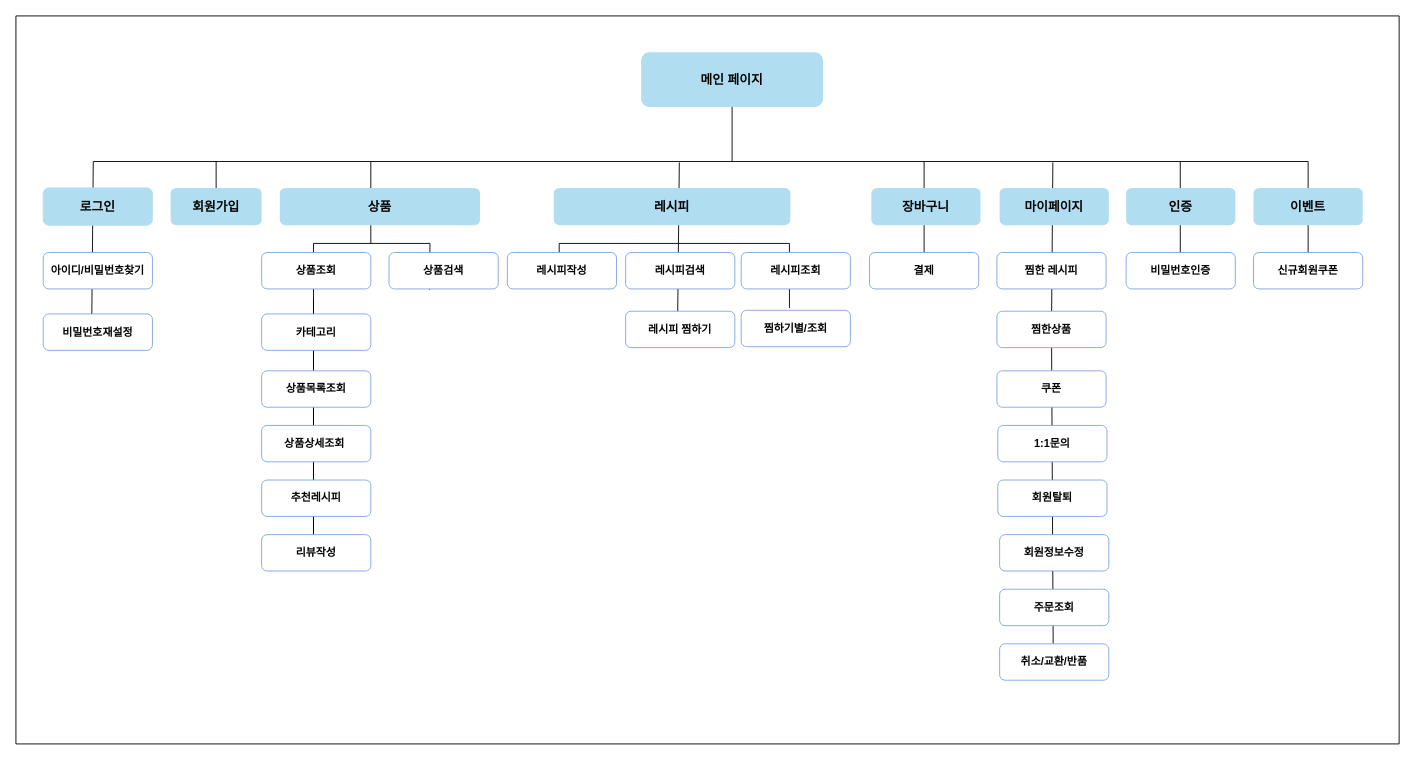
Earlier version of the draw.io diagram Flowchart.drawio (wjdwodhs/Flowchart). Source tidied: cells renumbered, new cells numbered last; positions are measured from the earlier drawing's top-left corner, leaving out a move shared by most shapes. Both pictures are drawn from the tidied source at 91%, with x=0, y=0 at pixel (15, 15).
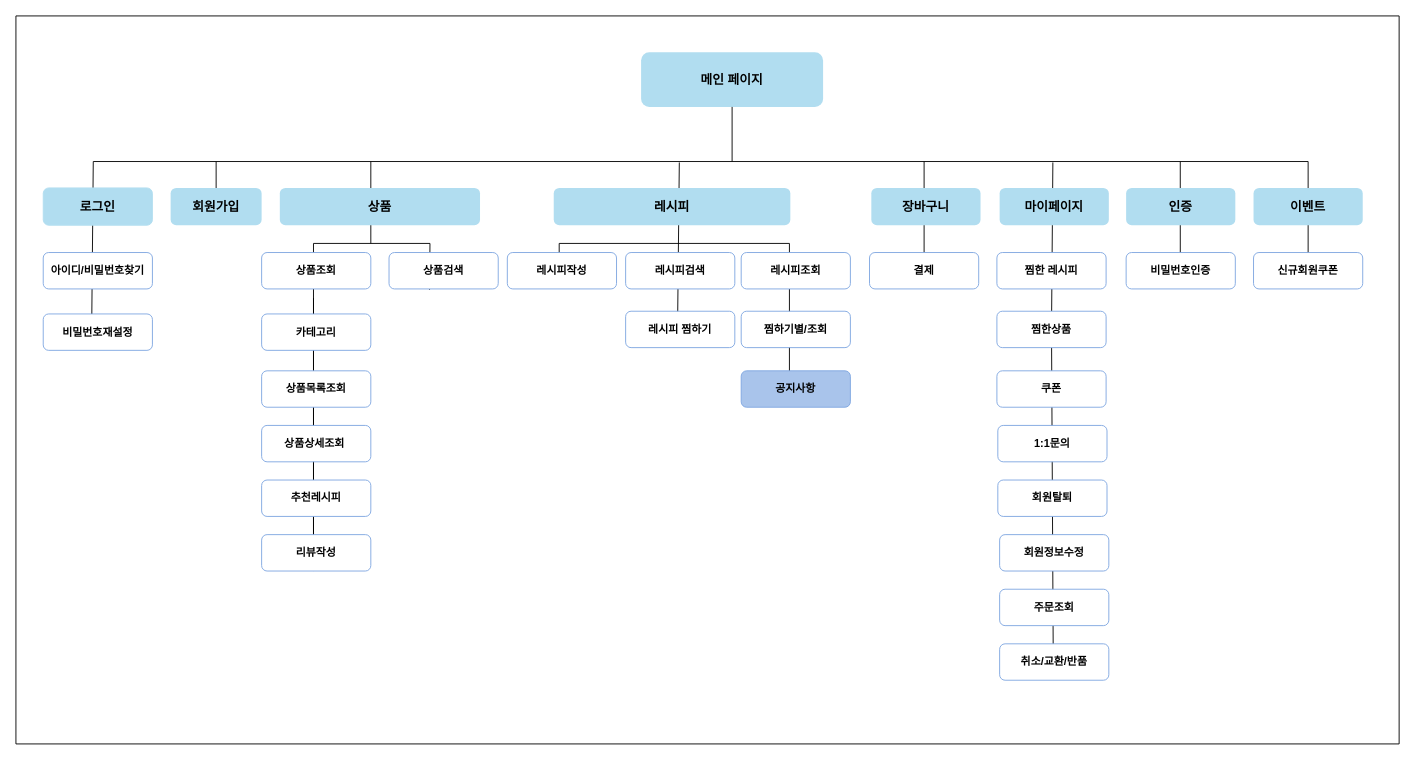
Above is the later version.

The edit, as a diff of the source:
```diff
@@
-    <mxCell id="35" value="&lt;b&gt;찜하기별/조회&lt;/b&gt;" style="rounded=1;whiteSpace=wrap;html=1;strokeColor=#7EA6E0;" parent="1" vertex="1">
-      <mxGeometry x="797" y="323.5" width="120" height="40" as="geometry" />
-    </mxCell>
-    <mxCell id="36" style="endArrow=none;html=1;rounded=0;exitX=0.442;exitY=-0.062;exitDx=0;exitDy=0;exitPerimeter=0;" parent="1" edge="1" source="35">
+    <mxCell id="36" style="endArrow=none;html=1;rounded=0;" parent="1" edge="1">
       <mxGeometry relative="1" as="geometry">
+        <mxPoint x="850" y="410" as="sourcePoint" />
         <mxPoint x="850" y="250" as="targetPoint" />
       </mxGeometry>
     </mxCell>
@@
+    <mxCell id="35" value="&lt;b&gt;찜하기별/조회&lt;/b&gt;" style="rounded=1;whiteSpace=wrap;html=1;strokeColor=#7EA6E0;" parent="1" vertex="1">
+      <mxGeometry x="797" y="324.5" width="120" height="40" as="geometry" />
+    </mxCell>
+    <mxCell id="57" value="&lt;b&gt;공지사항&lt;/b&gt;" style="rounded=1;whiteSpace=wrap;html=1;strokeColor=#7EA6E0;fillColor=#A9C4EB;" parent="1" vertex="1">
+      <mxGeometry x="797" y="390" width="120" height="40" as="geometry" />
+    </mxCell>
```
